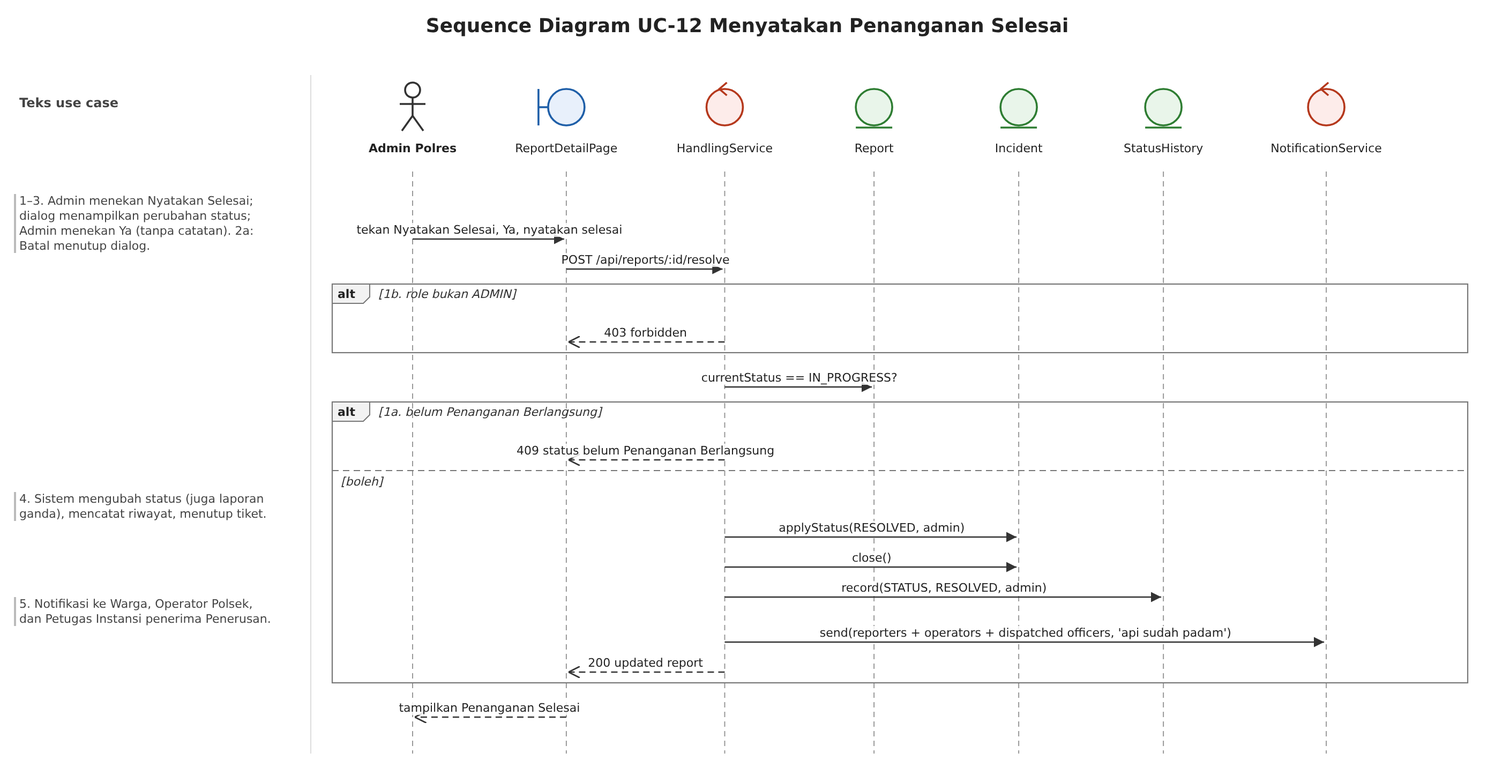
Before: specs/011-uc12-resolve/iconix/uc12-sequence.png, a diagram exported from PlantUML (wirapatigilang/laporapi-api-web). Its source is kept beside it as specs/011-uc12-resolve/iconix/uc12-sequence.puml.
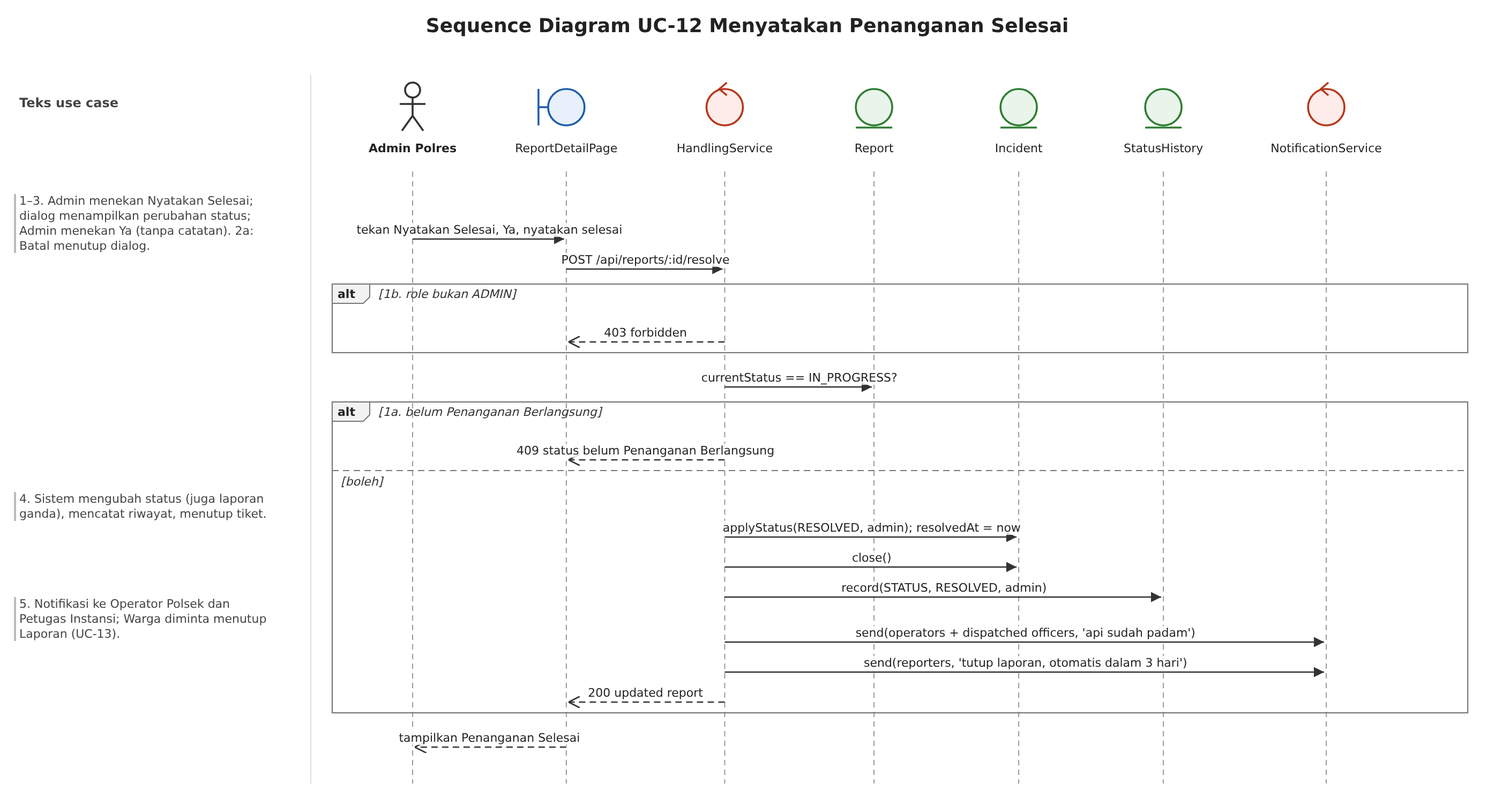
Later version of the same file.

The edit, as a diff of the source:
```diff
@@ -19,11 +19,12 @@
 tgn --> det : 409 status belum Penanganan Berlangsung
 else boleh
 note over pet : 4. Sistem mengubah status (juga laporan ganda), mencatat riwayat, menutup tiket.
-tgn -> kjd : applyStatus(RESOLVED, admin)
+tgn -> kjd : applyStatus(RESOLVED, admin); resolvedAt = now
 tgn -> kjd : close()
 tgn -> rws : record(STATUS, RESOLVED, admin)
-note over pet : 5. Notifikasi ke Warga, Operator Polsek, dan Petugas Instansi penerima Penerusan.
-tgn -> ntf : send(reporters + operators + dispatched officers, 'api sudah padam')
+note over pet : 5. Notifikasi ke Operator Polsek dan Petugas Instansi; Warga diminta menutup Laporan (UC-13).
+tgn -> ntf : send(operators + dispatched officers, 'api sudah padam')
+tgn -> ntf : send(reporters, 'tutup laporan, otomatis dalam 3 hari')
 tgn --> det : 200 updated report
 end
 det --> pet : tampilkan Penanganan Selesai
```
